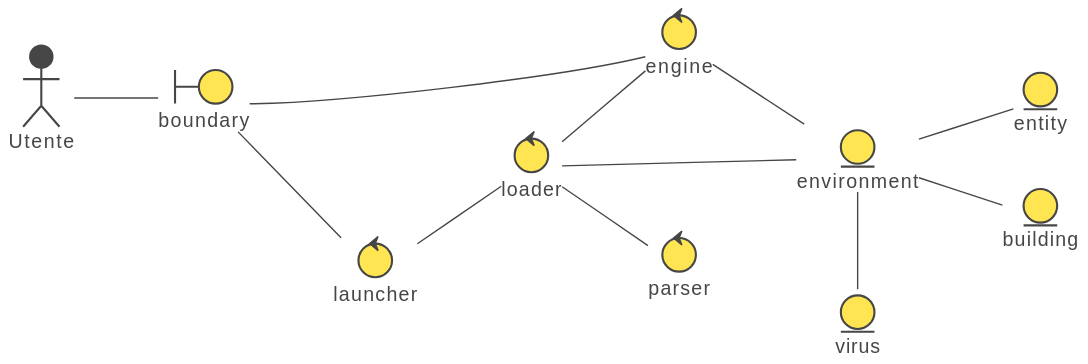
Earlier version of the PlantUML export doc/report/imgs/architecture.svg (VirusSpreadSimulator/PPS-22-virsim).
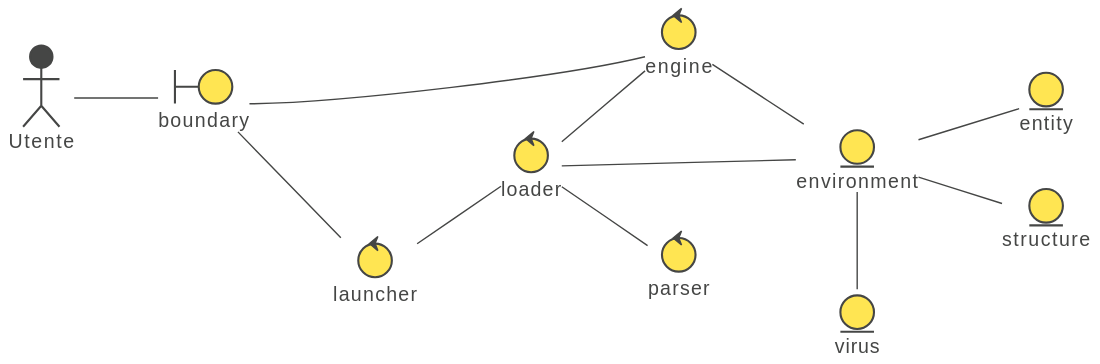
The same diagram one commit later.

Commit message:
chore(docs): rename building to structure

Diff of the diagram source:
```diff
@@ -12,7 +12,7 @@
 entity environment
 entity virus
 entity entity
-entity building
+entity structure
 
 actor Utente
 
@@ -33,7 +33,8 @@
 engine -- environment
 environment -right- virus
 environment -- entity
-environment -- building
+environment -- structure
+
 
 
 
```
